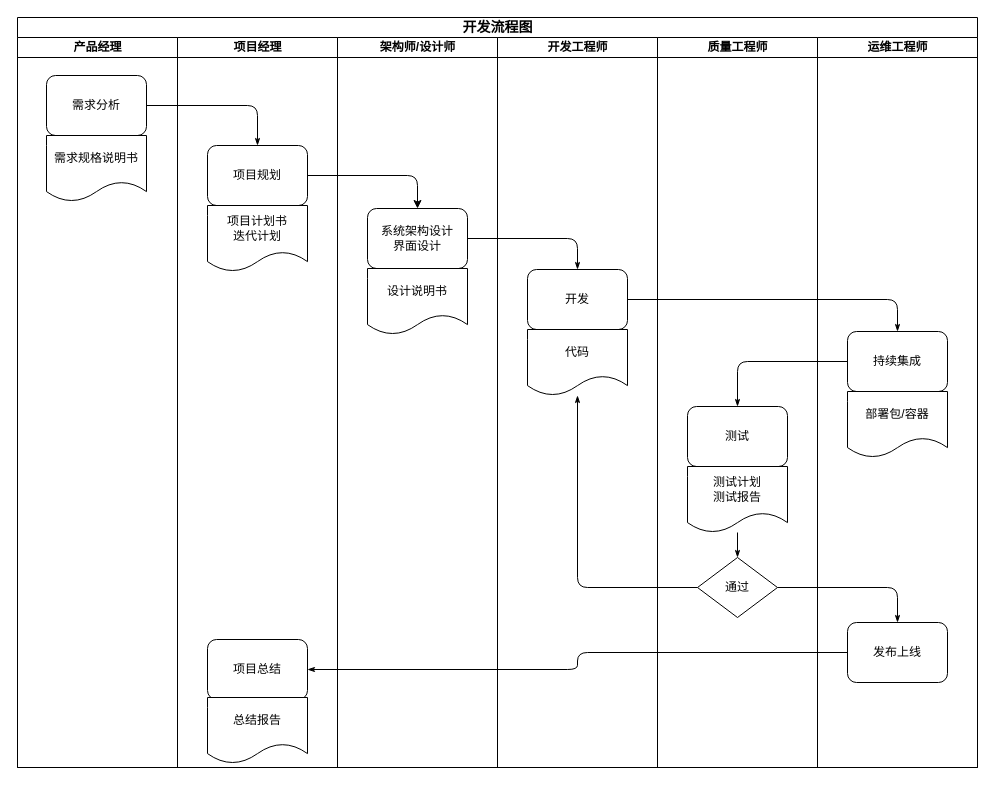
Before: 未命名绘图.drawio in mzj313/resources, a draw.io diagram. Source tidied: cells renumbered, new cells numbered last; positions are measured from the earlier drawing's top-left corner, leaving out a move shared by most shapes. Both pictures are drawn from the tidied source at 100%, with x=0, y=0 at pixel (17, 17).
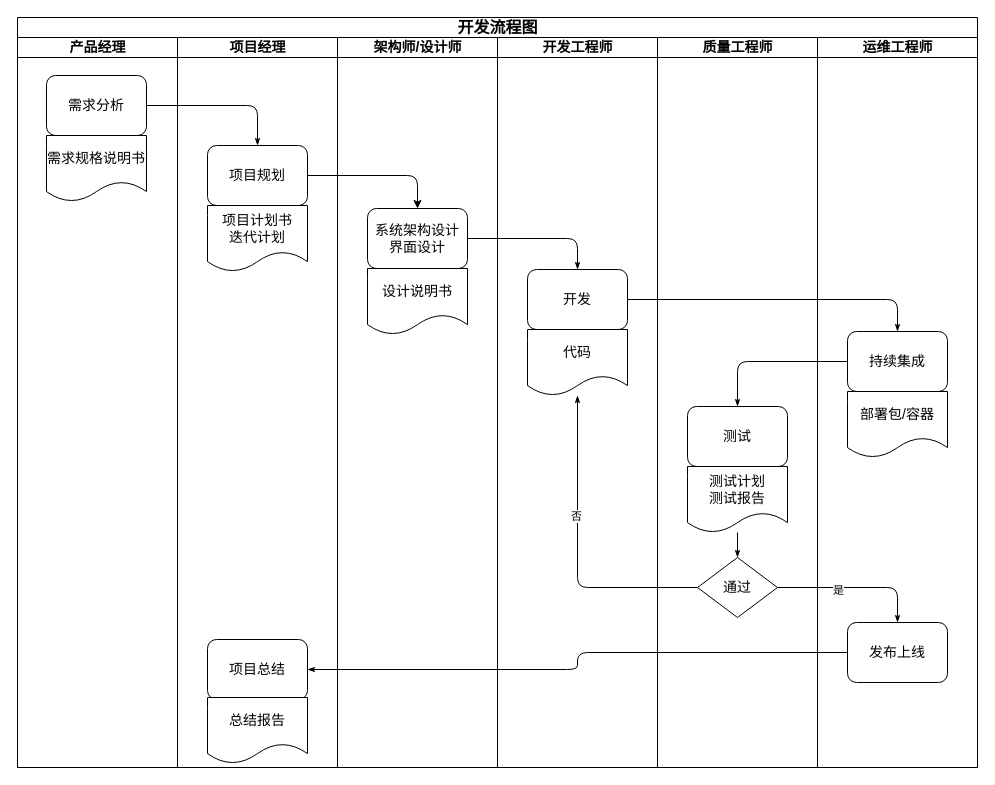
Above is the later version.

Commit message:
更新未命名绘图.drawio

Unchanged cells that the change refers to:
```xml
<mxCell id="32" style="edgeStyle=orthogonalEdgeStyle;rounded=1;html=1;labelBackgroundColor=none;startArrow=none;startFill=0;startSize=5;endArrow=classicThin;endFill=1;endSize=5;jettySize=auto;strokeWidth=1;fontFamily=Verdana;fontSize=8;" parent="2" edge="1" source="22" target="18">
  <mxGeometry relative="1" as="geometry" />
</mxCell>
```

What changed in the source:
```diff
@@
-    <mxCell id="2" value="开发流程图" style="swimlane;html=1;startSize=20;rounded=0;shadow=0;labelBackgroundColor=none;strokeWidth=1;fontFamily=Verdana;fontSize=14;align=center;" parent="1" vertex="1">
+    <mxCell id="2" value="开发流程图" style="swimlane;html=1;startSize=20;rounded=0;shadow=0;labelBackgroundColor=none;strokeWidth=1;fontFamily=Verdana;fontSize=16;align=center;" parent="1" vertex="1">
       <mxGeometry width="960" height="750" as="geometry" />
     </mxCell>
-    <mxCell id="3" value="产品经理" style="swimlane;html=1;startSize=20;" parent="2" vertex="1">
+    <mxCell id="3" value="产品经理" style="swimlane;html=1;startSize=20;fontSize=14;" parent="2" vertex="1">
       <mxGeometry y="20" width="160" height="730" as="geometry" />
     </mxCell>
-    <mxCell id="4" value="需求分析" style="rounded=1;whiteSpace=wrap;html=1;shadow=0;labelBackgroundColor=none;strokeWidth=1;fontFamily=Verdana;fontSize=12;align=center;" parent="3" vertex="1">
+    <mxCell id="4" value="需求分析" style="rounded=1;whiteSpace=wrap;html=1;shadow=0;labelBackgroundColor=none;strokeWidth=1;fontFamily=Verdana;fontSize=14;align=center;" parent="3" vertex="1">
       <mxGeometry x="29" y="38" width="100" height="60" as="geometry" />
     </mxCell>
-    <mxCell id="5" value="需求规格说明书" style="shape=document;whiteSpace=wrap;html=1;boundedLbl=1;" parent="3" vertex="1">
+    <mxCell id="5" value="需求规格说明书" style="shape=document;whiteSpace=wrap;html=1;boundedLbl=1;fontSize=14;" parent="3" vertex="1">
       <mxGeometry x="29" y="98" width="100" height="66" as="geometry" />
     </mxCell>
@@
-    <mxCell id="8" value="项目经理" style="swimlane;html=1;startSize=20;" parent="2" vertex="1">
+    <mxCell id="8" value="项目经理" style="swimlane;html=1;startSize=20;fontSize=14;" parent="2" vertex="1">
       <mxGeometry x="160" y="20" width="160" height="730" as="geometry" />
     </mxCell>
-    <mxCell id="9" value="项目规划" style="rounded=1;whiteSpace=wrap;html=1;shadow=0;labelBackgroundColor=none;strokeWidth=1;fontFamily=Verdana;fontSize=12;align=center;" parent="8" vertex="1">
+    <mxCell id="9" value="项目规划" style="rounded=1;whiteSpace=wrap;html=1;shadow=0;labelBackgroundColor=none;strokeWidth=1;fontFamily=Verdana;fontSize=14;align=center;" parent="8" vertex="1">
       <mxGeometry x="30" y="108" width="100" height="60" as="geometry" />
     </mxCell>
-    <mxCell id="10" value="项目计划书&lt;div&gt;迭代计划&lt;/div&gt;" style="shape=document;whiteSpace=wrap;html=1;boundedLbl=1;" parent="8" vertex="1">
+    <mxCell id="10" value="项目计划书&lt;div style=&quot;font-size: 14px;&quot;&gt;迭代计划&lt;/div&gt;" style="shape=document;whiteSpace=wrap;html=1;boundedLbl=1;fontSize=14;" parent="8" vertex="1">
       <mxGeometry x="30" y="168" width="100" height="66" as="geometry" />
     </mxCell>
-    <mxCell id="11" value="项目总结" style="rounded=1;whiteSpace=wrap;html=1;shadow=0;labelBackgroundColor=none;strokeWidth=1;fontFamily=Verdana;fontSize=12;align=center;" parent="8" vertex="1">
+    <mxCell id="11" value="项目总结" style="rounded=1;whiteSpace=wrap;html=1;shadow=0;labelBackgroundColor=none;strokeWidth=1;fontFamily=Verdana;fontSize=14;align=center;" parent="8" vertex="1">
       <mxGeometry x="30" y="602" width="100" height="60" as="geometry" />
     </mxCell>
-    <mxCell id="12" value="总结报告" style="shape=document;whiteSpace=wrap;html=1;boundedLbl=1;" parent="8" vertex="1">
+    <mxCell id="12" value="总结报告" style="shape=document;whiteSpace=wrap;html=1;boundedLbl=1;fontSize=14;" parent="8" vertex="1">
       <mxGeometry x="30" y="660" width="100" height="66" as="geometry" />
     </mxCell>
-    <mxCell id="13" value="架构师/设计师" style="swimlane;html=1;startSize=20;" parent="2" vertex="1">
+    <mxCell id="13" value="架构师/设计师" style="swimlane;html=1;startSize=20;fontSize=14;" parent="2" vertex="1">
       <mxGeometry x="320" y="20" width="160" height="730" as="geometry" />
     </mxCell>
-    <mxCell id="14" value="系统架构设计&lt;div&gt;界面设计&lt;/div&gt;" style="rounded=1;whiteSpace=wrap;html=1;shadow=0;labelBackgroundColor=none;strokeWidth=1;fontFamily=Verdana;fontSize=12;align=center;" parent="13" vertex="1">
+    <mxCell id="14" value="系统架构设计&lt;div style=&quot;font-size: 14px;&quot;&gt;界面设计&lt;/div&gt;" style="rounded=1;whiteSpace=wrap;html=1;shadow=0;labelBackgroundColor=none;strokeWidth=1;fontFamily=Verdana;fontSize=14;align=center;" parent="13" vertex="1">
       <mxGeometry x="30" y="171" width="100" height="60" as="geometry" />
     </mxCell>
-    <mxCell id="15" value="设计说明书" style="shape=document;whiteSpace=wrap;html=1;boundedLbl=1;" parent="13" vertex="1">
+    <mxCell id="15" value="设计说明书" style="shape=document;whiteSpace=wrap;html=1;boundedLbl=1;fontSize=14;" parent="13" vertex="1">
       <mxGeometry x="30" y="231" width="100" height="66" as="geometry" />
     </mxCell>
-    <mxCell id="16" value="开发工程师" style="swimlane;html=1;startSize=20;" parent="2" vertex="1">
+    <mxCell id="16" value="开发工程师" style="swimlane;html=1;startSize=20;fontSize=14;" parent="2" vertex="1">
       <mxGeometry x="480" y="20" width="160" height="730" as="geometry" />
     </mxCell>
-    <mxCell id="17" value="开发" style="rounded=1;whiteSpace=wrap;html=1;shadow=0;labelBackgroundColor=none;strokeWidth=1;fontFamily=Verdana;fontSize=12;align=center;" parent="16" vertex="1">
+    <mxCell id="17" value="开发" style="rounded=1;whiteSpace=wrap;html=1;shadow=0;labelBackgroundColor=none;strokeWidth=1;fontFamily=Verdana;fontSize=14;align=center;" parent="16" vertex="1">
       <mxGeometry x="30" y="232" width="100" height="60" as="geometry" />
     </mxCell>
-    <mxCell id="18" value="代码" style="shape=document;whiteSpace=wrap;html=1;boundedLbl=1;" parent="16" vertex="1">
+    <mxCell id="18" value="代码" style="shape=document;whiteSpace=wrap;html=1;boundedLbl=1;fontSize=14;" parent="16" vertex="1">
       <mxGeometry x="30" y="292" width="100" height="66" as="geometry" />
     </mxCell>
-    <mxCell id="19" value="质量工程师" style="swimlane;html=1;startSize=20;" parent="2" vertex="1">
+    <mxCell id="19" value="质量工程师" style="swimlane;html=1;startSize=20;fontSize=14;" parent="2" vertex="1">
       <mxGeometry x="640" y="20" width="160" height="730" as="geometry" />
     </mxCell>
-    <mxCell id="20" value="测试" style="rounded=1;whiteSpace=wrap;html=1;shadow=0;labelBackgroundColor=none;strokeWidth=1;fontFamily=Verdana;fontSize=12;align=center;" parent="19" vertex="1">
+    <mxCell id="20" value="测试" style="rounded=1;whiteSpace=wrap;html=1;shadow=0;labelBackgroundColor=none;strokeWidth=1;fontFamily=Verdana;fontSize=14;align=center;" parent="19" vertex="1">
       <mxGeometry x="30" y="369" width="100" height="60" as="geometry" />
     </mxCell>
-    <mxCell id="21" value="测试计划&lt;div&gt;测试报告&lt;/div&gt;" style="shape=document;whiteSpace=wrap;html=1;boundedLbl=1;" parent="19" vertex="1">
+    <mxCell id="21" value="测试计划&lt;div style=&quot;font-size: 14px;&quot;&gt;测试报告&lt;/div&gt;" style="shape=document;whiteSpace=wrap;html=1;boundedLbl=1;fontSize=14;" parent="19" vertex="1">
       <mxGeometry x="30" y="429" width="100" height="66" as="geometry" />
     </mxCell>
-    <mxCell id="22" value="通过" style="rhombus;whiteSpace=wrap;html=1;rounded=0;shadow=0;labelBackgroundColor=none;strokeWidth=1;fontFamily=Verdana;fontSize=12;align=center;" parent="19" vertex="1">
+    <mxCell id="22" value="通过" style="rhombus;whiteSpace=wrap;html=1;rounded=0;shadow=0;labelBackgroundColor=none;strokeWidth=1;fontFamily=Verdana;fontSize=14;align=center;" parent="19" vertex="1">
       <mxGeometry x="40" y="520" width="80" height="60" as="geometry" />
     </mxCell>
@@
-    <mxCell id="24" value="运维工程师" style="swimlane;html=1;startSize=20;" parent="2" vertex="1">
+    <mxCell id="24" value="运维工程师" style="swimlane;html=1;startSize=20;fontSize=14;" parent="2" vertex="1">
       <mxGeometry x="800" y="20" width="160" height="730" as="geometry" />
     </mxCell>
-    <mxCell id="25" value="持续集成" style="rounded=1;whiteSpace=wrap;html=1;shadow=0;labelBackgroundColor=none;strokeWidth=1;fontFamily=Verdana;fontSize=12;align=center;" parent="24" vertex="1">
+    <mxCell id="25" value="持续集成" style="rounded=1;whiteSpace=wrap;html=1;shadow=0;labelBackgroundColor=none;strokeWidth=1;fontFamily=Verdana;fontSize=14;align=center;" parent="24" vertex="1">
       <mxGeometry x="30" y="294" width="100" height="60" as="geometry" />
     </mxCell>
-    <mxCell id="26" value="发布上线" style="rounded=1;whiteSpace=wrap;html=1;shadow=0;labelBackgroundColor=none;strokeWidth=1;fontFamily=Verdana;fontSize=12;align=center;" parent="24" vertex="1">
+    <mxCell id="26" value="发布上线" style="rounded=1;whiteSpace=wrap;html=1;shadow=0;labelBackgroundColor=none;strokeWidth=1;fontFamily=Verdana;fontSize=14;align=center;" parent="24" vertex="1">
       <mxGeometry x="30" y="585" width="100" height="60" as="geometry" />
     </mxCell>
-    <mxCell id="27" value="部署包/容器" style="shape=document;whiteSpace=wrap;html=1;boundedLbl=1;" parent="24" vertex="1">
+    <mxCell id="27" value="部署包/容器" style="shape=document;whiteSpace=wrap;html=1;boundedLbl=1;fontSize=14;" parent="24" vertex="1">
       <mxGeometry x="30" y="354" width="100" height="66" as="geometry" />
     </mxCell>
@@
+    <mxCell id="34" value="否" style="edgeLabel;html=1;align=center;verticalAlign=middle;" parent="32" vertex="1">
+      <mxGeometry x="0.23" y="2" relative="1" as="geometry" />
+    </mxCell>
     <mxCell id="33" style="edgeStyle=orthogonalEdgeStyle;rounded=1;html=1;labelBackgroundColor=none;startArrow=none;startFill=0;startSize=5;endArrow=classicThin;endFill=1;endSize=5;jettySize=auto;strokeWidth=1;fontFamily=Verdana;fontSize=8;exitX=1;exitY=0.5;exitDx=0;exitDy=0;" parent="2" edge="1" source="22" target="26">
-      <mxGeometry relative="1" as="geometry" />
+      <mxGeometry relative="1" as="geometry">
+        <Array as="points">
+          <mxPoint x="880" y="570" />
+        </Array>
+      </mxGeometry>
     </mxCell>
+    <mxCell id="35" value="是" style="edgeLabel;html=1;align=center;verticalAlign=middle;" parent="33" vertex="1">
+      <mxGeometry x="-0.23" y="-2" relative="1" as="geometry" />
+    </mxCell>
```
